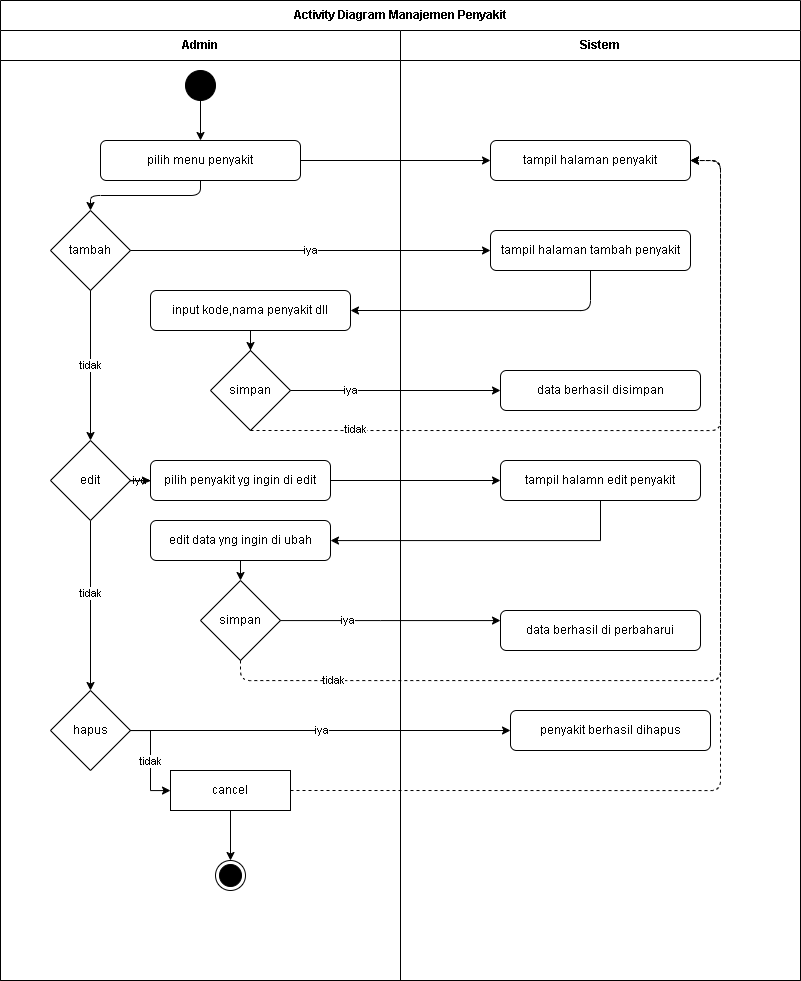
The draw.io diagram diagram/activity/admin_penyakit.png in Jinsky/Jinsky, before a commit. Source tidied: cells renumbered, new cells last; positions are measured from the earlier drawing's top-left corner, leaving out a move shared by most shapes.
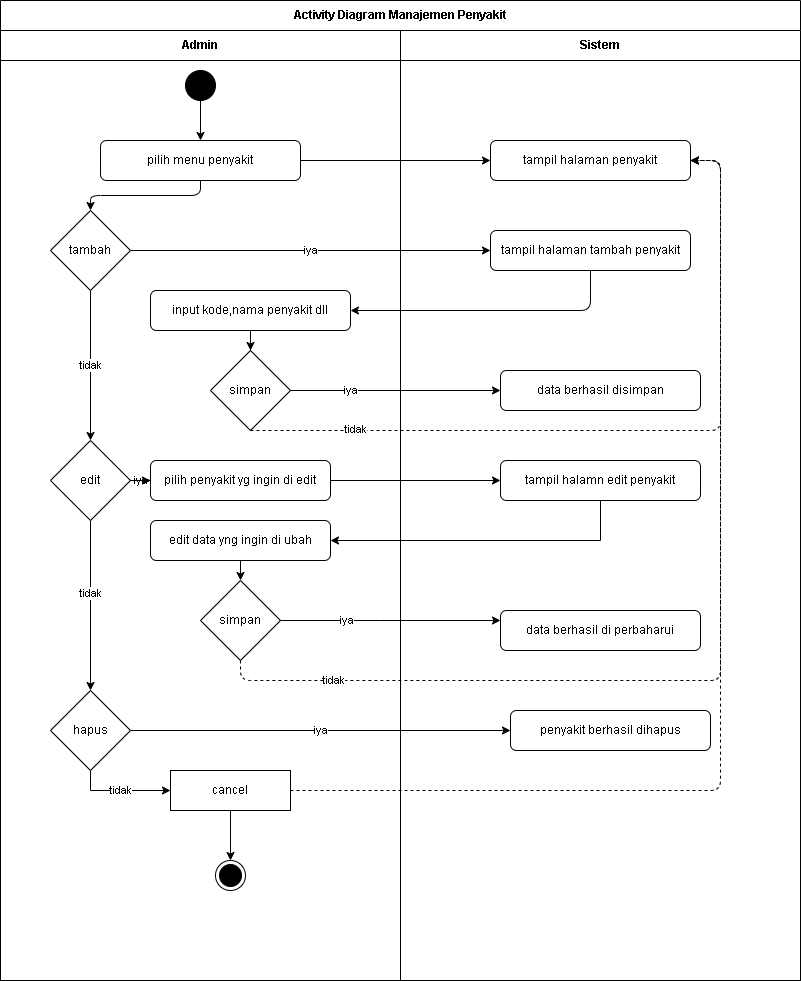
The same file after the commit.

Commit message:
refactor: update diagram dimensions and improve edge definitions in admin and user flow diagrams

The edit, as a diff of the source:
```diff
@@ -159,7 +159,7 @@
     <mxCell id="45" value="iya" style="edgeStyle=orthogonalEdgeStyle;rounded=0;jettySize=auto;html=1;" parent="1" edge="1" source="16" target="29">
       <mxGeometry relative="1" as="geometry" />
     </mxCell>
-    <mxCell id="46" value="tidak" style="edgeStyle=orthogonalEdgeStyle;rounded=0;jettySize=auto;html=1;" parent="1" edge="1" source="16" target="18">
+    <mxCell id="46" value="tidak" style="edgeStyle=orthogonalEdgeStyle;rounded=0;jettySize=auto;html=1;exitX=0.5;exitY=1;exitDx=0;exitDy=0;" parent="1" edge="1" source="16" target="18">
       <mxGeometry relative="1" as="geometry" />
     </mxCell>
   </root>
```
